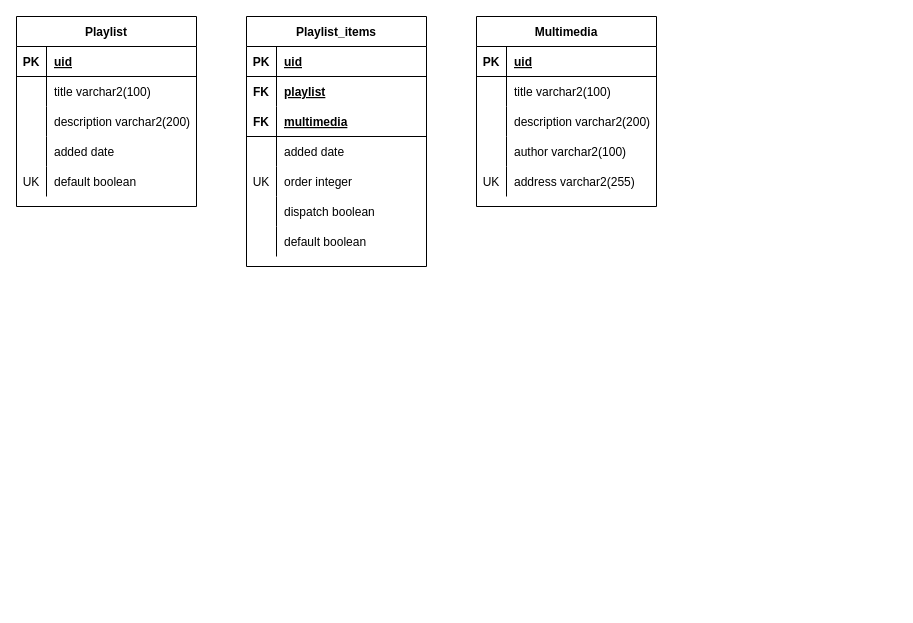
The draw.io diagram general/kara.drawio in NeroAlfonso/Midnight-docs, before the edit. Source tidied: cells renumbered, new cells numbered last; positions are measured from the earlier drawing's top-left corner, leaving out a move shared by most shapes. Both pictures are drawn from the tidied source at 100%, with x=0, y=0 at pixel (16, 16).
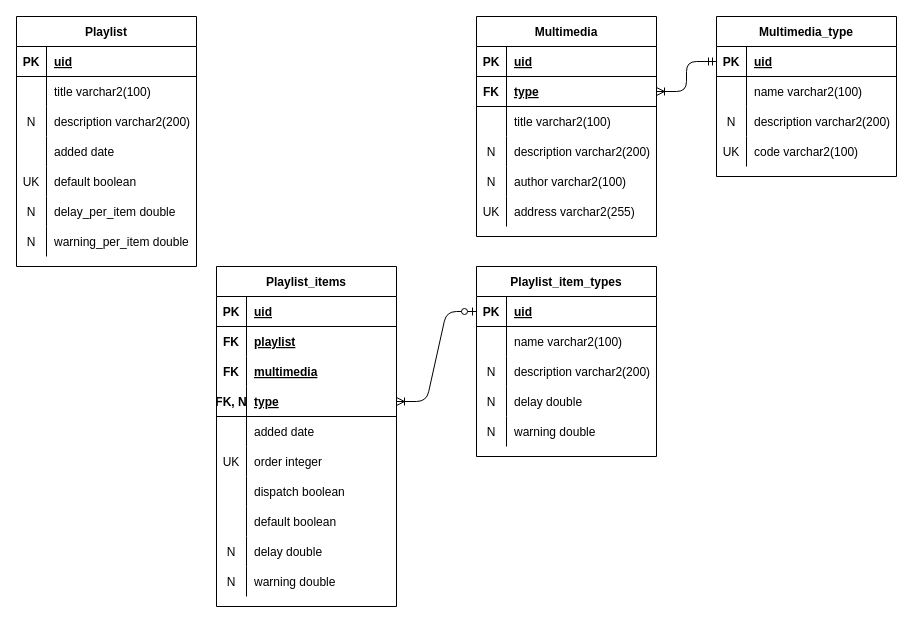
Above is the later version.

Unchanged cells that the change refers to:
```xml
<mxCell id="9" style="shape=partialRectangle;fillColor=none;top=0;left=0;bottom=0;right=0;" parent="2" vertex="1">
  <mxGeometry y="90" width="180" height="30" as="geometry" />
</mxCell>
```

What changed in the source:
```diff
@@
     <mxCell id="2" value="Playlist" style="shape=table;startSize=30;childLayout=tableLayout;rowLines=0;fontStyle=1;align=center;" parent="1" vertex="1">
-      <mxGeometry width="180" height="190" as="geometry" />
+      <mxGeometry width="180" height="250" as="geometry" />
     </mxCell>
@@
-    <mxCell id="10" style="shape=partialRectangle;fillColor=none;top=0;left=0;bottom=0;right=0;overflow=hidden;" parent="9" vertex="1">
+    <mxCell id="10" value="N" style="shape=partialRectangle;fillColor=none;top=0;left=0;bottom=0;right=0;overflow=hidden;" parent="9" vertex="1">
       <mxGeometry width="30" height="30" as="geometry" />
     </mxCell>
@@
-    <mxCell id="15" style="shape=partialRectangle;fillColor=none;top=0;left=0;bottom=0;right=0;" parent="2" vertex="1">
-      <mxGeometry y="150" width="180" height="30" as="geometry" />
-    </mxCell>
-    <mxCell id="16" value="UK" style="shape=partialRectangle;fillColor=none;top=0;left=0;bottom=0;right=0;overflow=hidden;" parent="15" vertex="1">
-      <mxGeometry width="30" height="30" as="geometry" />
-    </mxCell>
-    <mxCell id="17" value="default boolean" style="shape=partialRectangle;fillColor=none;top=0;left=0;bottom=0;right=0;align=left;spacingLeft=6;overflow=hidden;" parent="15" vertex="1">
-      <mxGeometry x="30" width="150" height="30" as="geometry" />
-    </mxCell>
+    <mxCell id="56" style="shape=partialRectangle;fillColor=none;top=0;left=0;bottom=0;right=0;" parent="2" vertex="1">
+      <mxGeometry y="150" width="180" height="30" as="geometry" />
+    </mxCell>
+    <mxCell id="57" value="UK" style="shape=partialRectangle;fillColor=none;top=0;left=0;bottom=0;right=0;overflow=hidden;" parent="56" vertex="1">
+      <mxGeometry width="30" height="30" as="geometry" />
+    </mxCell>
+    <mxCell id="58" value="default boolean" style="shape=partialRectangle;fillColor=none;top=0;left=0;bottom=0;right=0;align=left;spacingLeft=6;overflow=hidden;" parent="56" vertex="1">
+      <mxGeometry x="30" width="150" height="30" as="geometry" />
+    </mxCell>
+    <mxCell id="59" style="shape=partialRectangle;fillColor=none;top=0;left=0;bottom=0;right=0;" parent="2" vertex="1">
+      <mxGeometry y="180" width="180" height="30" as="geometry" />
+    </mxCell>
+    <mxCell id="60" value="N" style="shape=partialRectangle;fillColor=none;top=0;left=0;bottom=0;right=0;overflow=hidden;" parent="59" vertex="1">
+      <mxGeometry width="30" height="30" as="geometry" />
+    </mxCell>
+    <mxCell id="61" value="delay_per_item double" style="shape=partialRectangle;fillColor=none;top=0;left=0;bottom=0;right=0;align=left;spacingLeft=6;overflow=hidden;" parent="59" vertex="1">
+      <mxGeometry x="30" width="150" height="30" as="geometry" />
+    </mxCell>
+    <mxCell id="62" style="shape=partialRectangle;fillColor=none;top=0;left=0;bottom=0;right=0;" parent="2" vertex="1">
+      <mxGeometry y="210" width="180" height="30" as="geometry" />
+    </mxCell>
+    <mxCell id="63" value="N" style="shape=partialRectangle;fillColor=none;top=0;left=0;bottom=0;right=0;overflow=hidden;" parent="62" vertex="1">
+      <mxGeometry width="30" height="30" as="geometry" />
+    </mxCell>
+    <mxCell id="64" value="warning_per_item double" style="shape=partialRectangle;fillColor=none;top=0;left=0;bottom=0;right=0;align=left;spacingLeft=6;overflow=hidden;" parent="62" vertex="1">
+      <mxGeometry x="30" width="150" height="30" as="geometry" />
+    </mxCell>
     <mxCell id="18" value="Multimedia" style="shape=table;startSize=30;childLayout=tableLayout;rowLines=0;fontStyle=1;align=center;" parent="1" vertex="1">
-      <mxGeometry x="460" width="180" height="190" as="geometry" />
+      <mxGeometry x="460" width="180" height="220" as="geometry" />
     </mxCell>
+    <mxCell id="65" style="shape=partialRectangle;fillColor=none;top=0;left=0;bottom=1;right=0;" parent="18" vertex="1">
+      <mxGeometry y="30" width="180" height="30" as="geometry" />
+    </mxCell>
+    <mxCell id="66" value="PK" style="shape=partialRectangle;fillColor=none;top=0;left=0;bottom=0;right=0;fontStyle=1;overflow=hidden;" parent="65" vertex="1">
+      <mxGeometry width="30" height="30" as="geometry" />
+    </mxCell>
+    <mxCell id="67" value="uid" style="shape=partialRectangle;fillColor=none;top=0;left=0;bottom=0;right=0;align=left;spacingLeft=6;fontStyle=5;overflow=hidden;" parent="65" vertex="1">
+      <mxGeometry x="30" width="150" height="30" as="geometry" />
+    </mxCell>
     <mxCell id="19" style="shape=partialRectangle;fillColor=none;top=0;left=0;bottom=1;right=0;points=[[0,0.5],[1,0.5]];portConstraint=eastwest;" parent="18" vertex="1">
-      <mxGeometry y="30" width="180" height="30" as="geometry" />
+      <mxGeometry y="60" width="180" height="30" as="geometry" />
     </mxCell>
-    <mxCell id="20" value="PK" style="shape=partialRectangle;fillColor=none;top=0;left=0;bottom=0;right=0;fontStyle=1;overflow=hidden;" parent="19" vertex="1">
+    <mxCell id="20" value="FK" style="shape=partialRectangle;fillColor=none;top=0;left=0;bottom=0;right=0;fontStyle=1;overflow=hidden;" parent="19" vertex="1">
       <mxGeometry width="30" height="30" as="geometry" />
     </mxCell>
-    <mxCell id="21" value="uid" style="shape=partialRectangle;fillColor=none;top=0;left=0;bottom=0;right=0;align=left;spacingLeft=6;fontStyle=5;overflow=hidden;" parent="19" vertex="1">
+    <mxCell id="21" value="type" style="shape=partialRectangle;fillColor=none;top=0;left=0;bottom=0;right=0;align=left;spacingLeft=6;fontStyle=5;overflow=hidden;" parent="19" vertex="1">
       <mxGeometry x="30" width="150" height="30" as="geometry" />
     </mxCell>
     <mxCell id="22" style="shape=partialRectangle;fillColor=none;top=0;left=0;bottom=0;right=0;" parent="18" vertex="1">
-      <mxGeometry y="60" width="180" height="30" as="geometry" />
+      <mxGeometry y="90" width="180" height="30" as="geometry" />
     </mxCell>
@@
     <mxCell id="25" style="shape=partialRectangle;fillColor=none;top=0;left=0;bottom=0;right=0;" parent="18" vertex="1">
-      <mxGeometry y="90" width="180" height="30" as="geometry" />
+      <mxGeometry y="120" width="180" height="30" as="geometry" />
     </mxCell>
-    <mxCell id="26" style="shape=partialRectangle;fillColor=none;top=0;left=0;bottom=0;right=0;overflow=hidden;" parent="25" vertex="1">
+    <mxCell id="26" value="N" style="shape=partialRectangle;fillColor=none;top=0;left=0;bottom=0;right=0;overflow=hidden;" parent="25" vertex="1">
       <mxGeometry width="30" height="30" as="geometry" />
     </mxCell>
@@
     <mxCell id="28" style="shape=partialRectangle;fillColor=none;top=0;left=0;bottom=0;right=0;" parent="18" vertex="1">
-      <mxGeometry y="120" width="180" height="30" as="geometry" />
+      <mxGeometry y="150" width="180" height="30" as="geometry" />
     </mxCell>
-    <mxCell id="29" style="shape=partialRectangle;fillColor=none;top=0;left=0;bottom=0;right=0;overflow=hidden;" parent="28" vertex="1">
+    <mxCell id="29" value="N" style="shape=partialRectangle;fillColor=none;top=0;left=0;bottom=0;right=0;overflow=hidden;" parent="28" vertex="1">
       <mxGeometry width="30" height="30" as="geometry" />
     </mxCell>
@@
     <mxCell id="31" style="shape=partialRectangle;fillColor=none;top=0;left=0;bottom=0;right=0;" parent="18" vertex="1">
-      <mxGeometry y="150" width="180" height="30" as="geometry" />
+      <mxGeometry y="180" width="180" height="30" as="geometry" />
     </mxCell>
@@
     <mxCell id="34" value="Playlist_items" style="shape=table;startSize=30;childLayout=tableLayout;rowLines=0;fontStyle=1;align=center;" parent="1" vertex="1">
-      <mxGeometry x="230" width="180" height="250" as="geometry" />
+      <mxGeometry x="200" y="250" width="180" height="340" as="geometry" />
     </mxCell>
@@
-    <mxCell id="41" style="shape=partialRectangle;fillColor=none;top=0;left=0;bottom=1;right=0;" parent="34" vertex="1">
+    <mxCell id="41" style="shape=partialRectangle;fillColor=none;top=0;left=0;bottom=0;right=0;" parent="34" vertex="1">
       <mxGeometry y="90" width="180" height="30" as="geometry" />
     </mxCell>
@@
+    <mxCell id="68" style="shape=partialRectangle;fillColor=none;top=0;left=0;bottom=1;right=0;points=[[0,0.5],[1,0.5]];portConstraint=eastwest;" parent="34" vertex="1">
+      <mxGeometry y="120" width="180" height="30" as="geometry" />
+    </mxCell>
+    <mxCell id="69" value="FK, N" style="shape=partialRectangle;fillColor=none;top=0;left=0;bottom=0;right=0;fontStyle=1;overflow=hidden;" parent="68" vertex="1">
+      <mxGeometry width="30" height="30" as="geometry" />
+    </mxCell>
+    <mxCell id="70" value="type" style="shape=partialRectangle;fillColor=none;top=0;left=0;bottom=0;right=0;align=left;spacingLeft=6;fontStyle=5;overflow=hidden;" parent="68" vertex="1">
+      <mxGeometry x="30" width="150" height="30" as="geometry" />
+    </mxCell>
     <mxCell id="44" style="shape=partialRectangle;fillColor=none;top=0;left=0;bottom=0;right=0;" parent="34" vertex="1">
-      <mxGeometry y="120" width="180" height="30" as="geometry" />
+      <mxGeometry y="150" width="180" height="30" as="geometry" />
     </mxCell>
@@
     <mxCell id="47" style="shape=partialRectangle;fillColor=none;top=0;left=0;bottom=0;right=0;" parent="34" vertex="1">
-      <mxGeometry y="150" width="180" height="30" as="geometry" />
+      <mxGeometry y="180" width="180" height="30" as="geometry" />
     </mxCell>
@@
     <mxCell id="50" style="shape=partialRectangle;fillColor=none;top=0;left=0;bottom=0;right=0;" parent="34" vertex="1">
-      <mxGeometry y="180" width="180" height="30" as="geometry" />
+      <mxGeometry y="210" width="180" height="30" as="geometry" />
     </mxCell>
@@
+    <mxCell id="71" style="shape=partialRectangle;fillColor=none;top=0;left=0;bottom=0;right=0;" parent="34" vertex="1">
+      <mxGeometry y="240" width="180" height="30" as="geometry" />
+    </mxCell>
+    <mxCell id="72" style="shape=partialRectangle;fillColor=none;top=0;left=0;bottom=0;right=0;overflow=hidden;" parent="71" vertex="1">
+      <mxGeometry width="30" height="30" as="geometry" />
+    </mxCell>
+    <mxCell id="73" value="default boolean" style="shape=partialRectangle;fillColor=none;top=0;left=0;bottom=0;right=0;align=left;spacingLeft=6;overflow=hidden;" parent="71" vertex="1">
+      <mxGeometry x="30" width="150" height="30" as="geometry" />
+    </mxCell>
     <mxCell id="53" style="shape=partialRectangle;fillColor=none;top=0;left=0;bottom=0;right=0;" parent="34" vertex="1">
-      <mxGeometry y="210" width="180" height="30" as="geometry" />
+      <mxGeometry y="270" width="180" height="30" as="geometry" />
     </mxCell>
-    <mxCell id="54" style="shape=partialRectangle;fillColor=none;top=0;left=0;bottom=0;right=0;overflow=hidden;" parent="53" vertex="1">
+    <mxCell id="54" value="N" style="shape=partialRectangle;fillColor=none;top=0;left=0;bottom=0;right=0;overflow=hidden;" parent="53" vertex="1">
       <mxGeometry width="30" height="30" as="geometry" />
     </mxCell>
-    <mxCell id="55" value="default boolean" style="shape=partialRectangle;fillColor=none;top=0;left=0;bottom=0;right=0;align=left;spacingLeft=6;overflow=hidden;" parent="53" vertex="1">
+    <mxCell id="55" value="delay double" style="shape=partialRectangle;fillColor=none;top=0;left=0;bottom=0;right=0;align=left;spacingLeft=6;overflow=hidden;" parent="53" vertex="1">
       <mxGeometry x="30" width="150" height="30" as="geometry" />
     </mxCell>
+    <mxCell id="74" style="shape=partialRectangle;fillColor=none;top=0;left=0;bottom=0;right=0;" parent="34" vertex="1">
+      <mxGeometry y="300" width="180" height="30" as="geometry" />
+    </mxCell>
+    <mxCell id="75" value="N" style="shape=partialRectangle;fillColor=none;top=0;left=0;bottom=0;right=0;overflow=hidden;" parent="74" vertex="1">
+      <mxGeometry width="30" height="30" as="geometry" />
+    </mxCell>
+    <mxCell id="76" value="warning double" style="shape=partialRectangle;fillColor=none;top=0;left=0;bottom=0;right=0;align=left;spacingLeft=6;overflow=hidden;" parent="74" vertex="1">
+      <mxGeometry x="30" width="150" height="30" as="geometry" />
+    </mxCell>
+    <mxCell id="77" value="Multimedia_type" style="shape=table;startSize=30;childLayout=tableLayout;rowLines=0;fontStyle=1;align=center;" parent="1" vertex="1">
+      <mxGeometry x="700" width="180" height="160" as="geometry" />
+    </mxCell>
+    <mxCell id="78" style="shape=partialRectangle;fillColor=none;top=0;left=0;bottom=1;right=0;points=[[0,0.5],[1,0.5]];portConstraint=eastwest;" parent="77" vertex="1">
+      <mxGeometry y="30" width="180" height="30" as="geometry" />
+    </mxCell>
+    <mxCell id="79" value="PK" style="shape=partialRectangle;fillColor=none;top=0;left=0;bottom=0;right=0;fontStyle=1;overflow=hidden;" parent="78" vertex="1">
+      <mxGeometry width="30" height="30" as="geometry" />
+    </mxCell>
+    <mxCell id="80" value="uid" style="shape=partialRectangle;fillColor=none;top=0;left=0;bottom=0;right=0;align=left;spacingLeft=6;fontStyle=5;overflow=hidden;" parent="78" vertex="1">
+      <mxGeometry x="30" width="150" height="30" as="geometry" />
+    </mxCell>
+    <mxCell id="81" style="shape=partialRectangle;fillColor=none;top=0;left=0;bottom=0;right=0;" parent="77" vertex="1">
+      <mxGeometry y="60" width="180" height="30" as="geometry" />
+    </mxCell>
+    <mxCell id="82" style="shape=partialRectangle;fillColor=none;top=0;left=0;bottom=0;right=0;overflow=hidden;" parent="81" vertex="1">
+      <mxGeometry width="30" height="30" as="geometry" />
+    </mxCell>
+    <mxCell id="83" value="name varchar2(100)" style="shape=partialRectangle;fillColor=none;top=0;left=0;bottom=0;right=0;align=left;spacingLeft=6;overflow=hidden;" parent="81" vertex="1">
+      <mxGeometry x="30" width="150" height="30" as="geometry" />
+    </mxCell>
+    <mxCell id="84" style="shape=partialRectangle;fillColor=none;top=0;left=0;bottom=0;right=0;" parent="77" vertex="1">
+      <mxGeometry y="90" width="180" height="30" as="geometry" />
+    </mxCell>
+    <mxCell id="85" value="N" style="shape=partialRectangle;fillColor=none;top=0;left=0;bottom=0;right=0;overflow=hidden;" parent="84" vertex="1">
+      <mxGeometry width="30" height="30" as="geometry" />
+    </mxCell>
+    <mxCell id="86" value="description varchar2(200)" style="shape=partialRectangle;fillColor=none;top=0;left=0;bottom=0;right=0;align=left;spacingLeft=6;overflow=hidden;" parent="84" vertex="1">
+      <mxGeometry x="30" width="150" height="30" as="geometry" />
+    </mxCell>
+    <mxCell id="87" style="shape=partialRectangle;fillColor=none;top=0;left=0;bottom=0;right=0;" parent="77" vertex="1">
+      <mxGeometry y="120" width="180" height="30" as="geometry" />
+    </mxCell>
+    <mxCell id="88" value="UK" style="shape=partialRectangle;fillColor=none;top=0;left=0;bottom=0;right=0;overflow=hidden;" parent="87" vertex="1">
+      <mxGeometry width="30" height="30" as="geometry" />
+    </mxCell>
+    <mxCell id="89" value="code varchar2(100)" style="shape=partialRectangle;fillColor=none;top=0;left=0;bottom=0;right=0;align=left;spacingLeft=6;overflow=hidden;" parent="87" vertex="1">
+      <mxGeometry x="30" width="150" height="30" as="geometry" />
+    </mxCell>
+    <mxCell id="90" value="Playlist_item_types" style="shape=table;startSize=30;childLayout=tableLayout;rowLines=0;fontStyle=1;align=center;" parent="1" vertex="1">
+      <mxGeometry x="460" y="250" width="180" height="190" as="geometry" />
+    </mxCell>
+    <mxCell id="91" style="shape=partialRectangle;fillColor=none;top=0;left=0;bottom=1;right=0;points=[[0,0.5],[1,0.5]];portConstraint=eastwest;" parent="90" vertex="1">
+      <mxGeometry y="30" width="180" height="30" as="geometry" />
+    </mxCell>
+    <mxCell id="92" value="PK" style="shape=partialRectangle;fillColor=none;top=0;left=0;bottom=0;right=0;fontStyle=1;overflow=hidden;" parent="91" vertex="1">
+      <mxGeometry width="30" height="30" as="geometry" />
+    </mxCell>
+    <mxCell id="93" value="uid" style="shape=partialRectangle;fillColor=none;top=0;left=0;bottom=0;right=0;align=left;spacingLeft=6;fontStyle=5;overflow=hidden;" parent="91" vertex="1">
+      <mxGeometry x="30" width="150" height="30" as="geometry" />
+    </mxCell>
+    <mxCell id="94" style="shape=partialRectangle;fillColor=none;top=0;left=0;bottom=0;right=0;" parent="90" vertex="1">
+      <mxGeometry y="60" width="180" height="30" as="geometry" />
+    </mxCell>
+    <mxCell id="95" style="shape=partialRectangle;fillColor=none;top=0;left=0;bottom=0;right=0;overflow=hidden;" parent="94" vertex="1">
+      <mxGeometry width="30" height="30" as="geometry" />
+    </mxCell>
+    <mxCell id="96" value="name varchar2(100)" style="shape=partialRectangle;fillColor=none;top=0;left=0;bottom=0;right=0;align=left;spacingLeft=6;overflow=hidden;" parent="94" vertex="1">
+      <mxGeometry x="30" width="150" height="30" as="geometry" />
+    </mxCell>
+    <mxCell id="97" style="shape=partialRectangle;fillColor=none;top=0;left=0;bottom=0;right=0;" parent="90" vertex="1">
+      <mxGeometry y="90" width="180" height="30" as="geometry" />
+    </mxCell>
+    <mxCell id="98" value="N" style="shape=partialRectangle;fillColor=none;top=0;left=0;bottom=0;right=0;overflow=hidden;" parent="97" vertex="1">
+      <mxGeometry width="30" height="30" as="geometry" />
+    </mxCell>
+    <mxCell id="99" value="description varchar2(200)" style="shape=partialRectangle;fillColor=none;top=0;left=0;bottom=0;right=0;align=left;spacingLeft=6;overflow=hidden;" parent="97" vertex="1">
+      <mxGeometry x="30" width="150" height="30" as="geometry" />
+    </mxCell>
+    <mxCell id="100" style="shape=partialRectangle;fillColor=none;top=0;left=0;bottom=0;right=0;" parent="90" vertex="1">
+      <mxGeometry y="120" width="180" height="30" as="geometry" />
+    </mxCell>
+    <mxCell id="101" value="N" style="shape=partialRectangle;fillColor=none;top=0;left=0;bottom=0;right=0;overflow=hidden;" parent="100" vertex="1">
+      <mxGeometry width="30" height="30" as="geometry" />
+    </mxCell>
+    <mxCell id="102" value="delay double" style="shape=partialRectangle;fillColor=none;top=0;left=0;bottom=0;right=0;align=left;spacingLeft=6;overflow=hidden;" parent="100" vertex="1">
+      <mxGeometry x="30" width="150" height="30" as="geometry" />
+    </mxCell>
+    <mxCell id="103" style="shape=partialRectangle;fillColor=none;top=0;left=0;bottom=0;right=0;" parent="90" vertex="1">
+      <mxGeometry y="150" width="180" height="30" as="geometry" />
+    </mxCell>
+    <mxCell id="104" value="N" style="shape=partialRectangle;fillColor=none;top=0;left=0;bottom=0;right=0;overflow=hidden;" parent="103" vertex="1">
+      <mxGeometry width="30" height="30" as="geometry" />
+    </mxCell>
+    <mxCell id="105" value="warning double" style="shape=partialRectangle;fillColor=none;top=0;left=0;bottom=0;right=0;align=left;spacingLeft=6;overflow=hidden;" parent="103" vertex="1">
+      <mxGeometry x="30" width="150" height="30" as="geometry" />
+    </mxCell>
+    <mxCell id="106" style="edgeStyle=entityRelationEdgeStyle;fontSize=12;html=1;endArrow=ERoneToMany;startArrow=ERmandOne;exitX=0;exitY=0.5;exitDx=0;exitDy=0;entryX=1;entryY=0.5;entryDx=0;entryDy=0;" parent="1" edge="1" source="78" target="19">
+      <mxGeometry relative="1" as="geometry" />
+    </mxCell>
+    <mxCell id="107" style="edgeStyle=entityRelationEdgeStyle;fontSize=12;html=1;endArrow=ERoneToMany;startArrow=ERzeroToOne;exitX=0;exitY=0.5;exitDx=0;exitDy=0;entryX=1;entryY=0.5;entryDx=0;entryDy=0;" parent="1" edge="1" source="91" target="68">
+      <mxGeometry relative="1" as="geometry" />
+    </mxCell>
```
